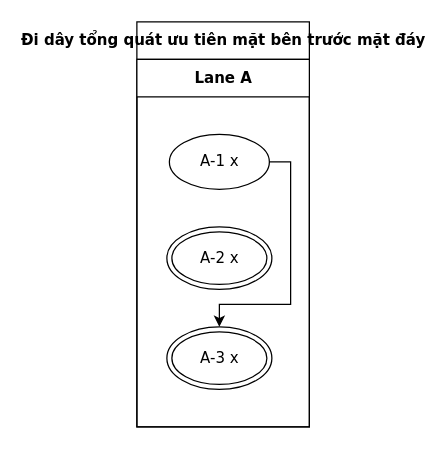
This is conformance/golden/cases/64-route-d-side-before-bottom.drawio from luytbq/flowcast, a draw.io file, before an edit. Source tidied: cells renumbered, new cells numbered last; positions are measured from the earlier drawing's top-left corner, leaving out a move shared by most shapes. Both pictures are drawn from the tidied source at 125%, with x=0, y=0 at pixel (136, 21).
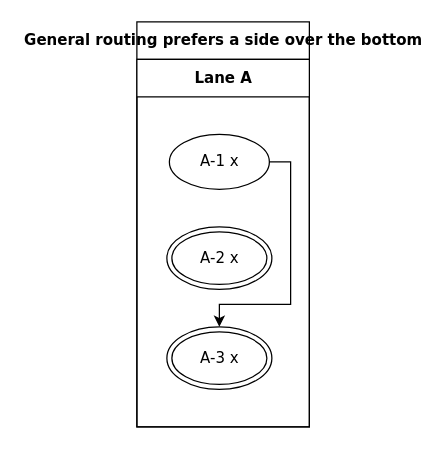
Above is the later version.

Change to the diagram source:
```diff
@@
 <mxGraphModel>
   <root>
     <mxCell id="0" />
     <mxCell id="1" parent="0" />
-    <mxCell id="2" value="Đi dây tổng quát ưu tiên mặt bên trước mặt đáy" style="swimlane;html=1;startSize=30;fontStyle=1;fontFamily=Verdana;fontSize=12;flowtable=1;" parent="1" vertex="1">
+    <mxCell id="2" value="General routing prefers a side over the bottom" style="swimlane;html=1;startSize=30;fontStyle=1;fontFamily=Verdana;fontSize=12;flowtable=1;" parent="1" vertex="1">
       <mxGeometry width="138" height="324" as="geometry" />
     </mxCell>
     <mxCell id="3" value="Lane A" style="swimlane;html=1;startSize=30;fontFamily=Verdana;fontSize=12;flowtable=1;" parent="2" vertex="1">
       <mxGeometry y="30" width="138" height="294" as="geometry" />
     </mxCell>
     <mxCell id="4" value="A-1 x" style="ellipse;html=1;fontFamily=Verdana;fontSize=12;flowtable=1;" parent="3" vertex="1">
       <mxGeometry x="26" y="60" width="80" height="44" as="geometry" />
     </mxCell>
     <mxCell id="5" value="A-2 x" style="shape=doubleEllipse;html=1;fontFamily=Verdana;fontSize=12;flowtable=1;" parent="3" vertex="1">
       <mxGeometry x="24" y="134" width="84" height="50" as="geometry" />
     </mxCell>
     <mxCell id="6" value="A-3 x" style="shape=doubleEllipse;html=1;fontFamily=Verdana;fontSize=12;flowtable=1;" parent="3" vertex="1">
       <mxGeometry x="24" y="214" width="84" height="50" as="geometry" />
     </mxCell>
     <mxCell id="7" style="edgeStyle=orthogonalEdgeStyle;rounded=0;jettySize=auto;html=1;labelBackgroundColor=default;exitX=1;exitY=0.5;exitDx=0;exitDy=0;entryX=0.5;entryY=0;entryDx=0;entryDy=0;fontFamily=Verdana;fontSize=12;flowtable=1;" parent="2" edge="1" source="4" target="6">
       <mxGeometry relative="1" as="geometry">
         <Array as="points">
           <mxPoint x="123" y="112" />
           <mxPoint x="123" y="226" />
           <mxPoint x="66" y="226" />
         </Array>
       </mxGeometry>
     </mxCell>
   </root>
 </mxGraphModel>
```
